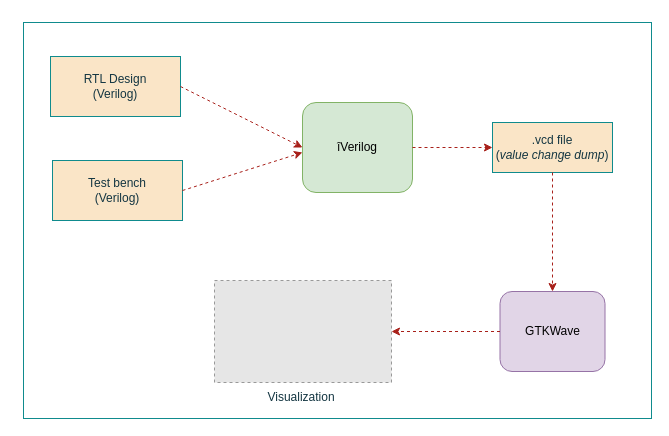
Earlier version of the draw.io diagram page "iVerilog" (2 of 4) of assets/diagrams.drawio (kambadur/sky130RTLDesignAndSynthesisWorkshop). Source tidied: cells renumbered, new cells numbered last; positions are measured from the earlier drawing's top-left corner, leaving out a move shared by most shapes. Both pictures are drawn from the tidied source at 100%, with x=0, y=0 at pixel (23, 22). Pictures stored in the file or linked from it are replaced by grey dashed boxes.
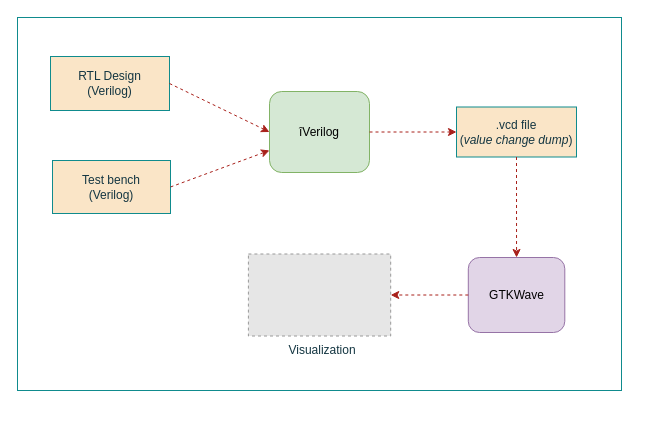
The same diagram, later.

What changed in the source:
```diff
@@
 <mxGraphModel>
   <root>
     <mxCell id="0" />
     <mxCell id="1" parent="0" />
     <mxCell id="2" value="RTL Design&lt;br&gt;(Verilog)" style="rounded=0;whiteSpace=wrap;html=1;fillColor=#FAE5C7;strokeColor=#0F8B8D;fontColor=#143642;" parent="1" vertex="1">
-      <mxGeometry x="27" y="34" width="130" height="60" as="geometry" />
+      <mxGeometry x="27" y="34" width="119" height="54" as="geometry" />
     </mxCell>
     <mxCell id="3" value="Test bench&lt;br&gt;(Verilog)" style="rounded=0;whiteSpace=wrap;html=1;fillColor=#FAE5C7;strokeColor=#0F8B8D;fontColor=#143642;" parent="1" vertex="1">
-      <mxGeometry x="29" y="138" width="130" height="60" as="geometry" />
+      <mxGeometry x="29" y="138" width="118" height="53" as="geometry" />
     </mxCell>
     <mxCell id="4" value="îVerilog" style="rounded=1;whiteSpace=wrap;html=1;fillColor=#d5e8d4;strokeColor=#82b366;" parent="1" vertex="1">
-      <mxGeometry x="279" y="80" width="110" height="90" as="geometry" />
+      <mxGeometry x="246" y="69" width="100" height="81" as="geometry" />
     </mxCell>
     <mxCell id="5" style="endArrow=classic;html=1;dashed=1;fontColor=#143642;exitX=1;exitY=0.5;exitDx=0;exitDy=0;entryX=0;entryY=0.5;entryDx=0;entryDy=0;labelBackgroundColor=#DAD2D8;strokeColor=#A8201A;" parent="1" edge="1" source="2" target="4">
       <mxGeometry relative="1" as="geometry" />
     </mxCell>
-    <mxCell id="6" style="endArrow=classic;html=1;dashed=1;fontColor=#143642;exitX=1;exitY=0.5;exitDx=0;exitDy=0;labelBackgroundColor=#DAD2D8;strokeColor=#A8201A;" parent="1" edge="1" source="3">
-      <mxGeometry relative="1" as="geometry">
-        <mxPoint x="279" y="130" as="targetPoint" />
-      </mxGeometry>
+    <mxCell id="6" style="endArrow=classic;html=1;dashed=1;fontColor=#143642;exitX=1;exitY=0.5;exitDx=0;exitDy=0;labelBackgroundColor=#DAD2D8;strokeColor=#A8201A;" parent="1" edge="1" source="3" target="4">
+      <mxGeometry relative="1" as="geometry" />
     </mxCell>
-    <mxCell id="7" style="endArrow=classic;html=1;dashed=1;fontColor=#143642;exitX=1;exitY=0.5;exitDx=0;exitDy=0;labelBackgroundColor=#DAD2D8;strokeColor=#A8201A;" parent="1" edge="1" source="4">
-      <mxGeometry relative="1" as="geometry">
-        <mxPoint x="469" y="125" as="targetPoint" />
-      </mxGeometry>
+    <mxCell id="7" style="endArrow=classic;html=1;dashed=1;fontColor=#143642;exitX=1;exitY=0.5;exitDx=0;exitDy=0;labelBackgroundColor=#DAD2D8;strokeColor=#A8201A;entryX=0;entryY=0.5;entryDx=0;entryDy=0;" parent="1" edge="1" source="4" target="8">
+      <mxGeometry relative="1" as="geometry" />
     </mxCell>
     <mxCell id="8" value=".vcd file&lt;br&gt;(&lt;i&gt;value change dump&lt;/i&gt;)" style="rounded=0;whiteSpace=wrap;html=1;fillColor=#FAE5C7;strokeColor=#0F8B8D;fontColor=#143642;" parent="1" vertex="1">
-      <mxGeometry x="469" y="100" width="120" height="50" as="geometry" />
+      <mxGeometry x="433" y="84.5" width="120" height="50" as="geometry" />
     </mxCell>
     <mxCell id="9" value="GTKWave" style="rounded=1;whiteSpace=wrap;html=1;fillColor=#e1d5e7;strokeColor=#9673a6;" parent="1" vertex="1">
-      <mxGeometry x="476.5" y="269" width="105" height="80" as="geometry" />
+      <mxGeometry x="444.8" y="235" width="96.5" height="75" as="geometry" />
     </mxCell>
     <mxCell id="10" style="endArrow=classic;html=1;dashed=1;fontColor=#143642;exitX=0.5;exitY=1;exitDx=0;exitDy=0;entryX=0.5;entryY=0;entryDx=0;entryDy=0;labelBackgroundColor=#DAD2D8;strokeColor=#A8201A;" parent="1" edge="1" source="8" target="9">
       <mxGeometry relative="1" as="geometry" />
     </mxCell>
     <mxCell id="11" style="fillColor=#E6E6E6;strokeColor=#999999;dashed=1;verticalLabelPosition=bottom;labelBackgroundColor=#DAD2D8;verticalAlign=top;fontColor=#143642;" parent="1" vertex="1">
-      <mxGeometry x="191" y="258" width="177" height="102" as="geometry" />
+      <mxGeometry x="224.9" y="231.5" width="142.3" height="82" as="geometry" />
     </mxCell>
     <mxCell id="12" style="endArrow=classic;html=1;dashed=1;fontColor=#143642;exitX=0;exitY=0.5;exitDx=0;exitDy=0;entryX=1;entryY=0.5;entryDx=0;entryDy=0;labelBackgroundColor=#DAD2D8;strokeColor=#A8201A;" parent="1" edge="1" source="9" target="11">
       <mxGeometry relative="1" as="geometry" />
     </mxCell>
     <mxCell id="13" value="Visualization" style="text;html=1;strokeColor=none;fillColor=none;align=center;verticalAlign=middle;whiteSpace=wrap;rounded=0;fontColor=#143642;" parent="1" vertex="1">
-      <mxGeometry x="210" y="360" width="136" height="29" as="geometry" />
+      <mxGeometry x="231.1" y="313.5" width="136" height="29" as="geometry" />
     </mxCell>
     <mxCell id="14" style="rounded=0;whiteSpace=wrap;html=1;fillColor=none;strokeColor=#0F8B8D;fontColor=#143642;" parent="1" vertex="1">
-      <mxGeometry width="628" height="396" as="geometry" />
+      <mxGeometry x="-6" y="-5" width="604" height="373" as="geometry" />
     </mxCell>
   </root>
 </mxGraphModel>
```
